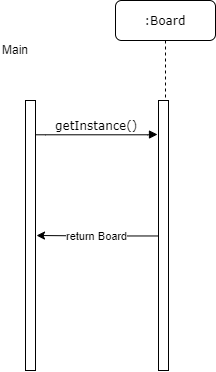
The draw.io diagram Assignment3/Singleton_sequenceDiagram.png in zuercher8353/BINF4241-group28, before a commit. Source tidied: cells renumbered, new cells last; positions are measured from the earlier drawing's top-left corner, leaving out a move shared by most shapes.
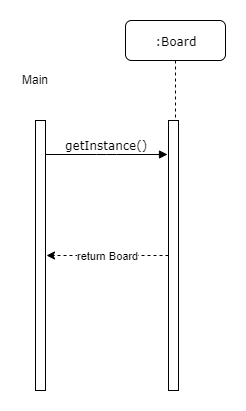
Above is the later version.

Commit message:
small change in singleton sequence diagram

The edit, as a diff of the source:
```diff
@@ -14,7 +14,7 @@
         <mxPoint x="157" y="134" as="targetPoint" />
       </mxGeometry>
     </mxCell>
-    <mxCell id="5" value="return Board" style="edgeStyle=orthogonalEdgeStyle;rounded=0;jettySize=auto;html=1;" parent="1" edge="1" source="3">
+    <mxCell id="5" value="return Board" style="edgeStyle=orthogonalEdgeStyle;rounded=0;jettySize=auto;html=1;strokeColor=#000000;dashed=1;" parent="1" edge="1" source="3">
       <mxGeometry relative="1" as="geometry">
         <mxPoint x="36" y="235" as="targetPoint" />
       </mxGeometry>
@@ -23,7 +23,7 @@
       <mxGeometry x="25" y="100" width="10" height="270" as="geometry" />
     </mxCell>
     <mxCell id="7" value="Main" style="text;html=1;align=left;verticalAlign=top;spacingTop=-4;" parent="1" vertex="1">
-      <mxGeometry y="40" width="40" height="20" as="geometry" />
+      <mxGeometry x="10" y="50" width="40" height="20" as="geometry" />
     </mxCell>
   </root>
 </mxGraphModel>
```
